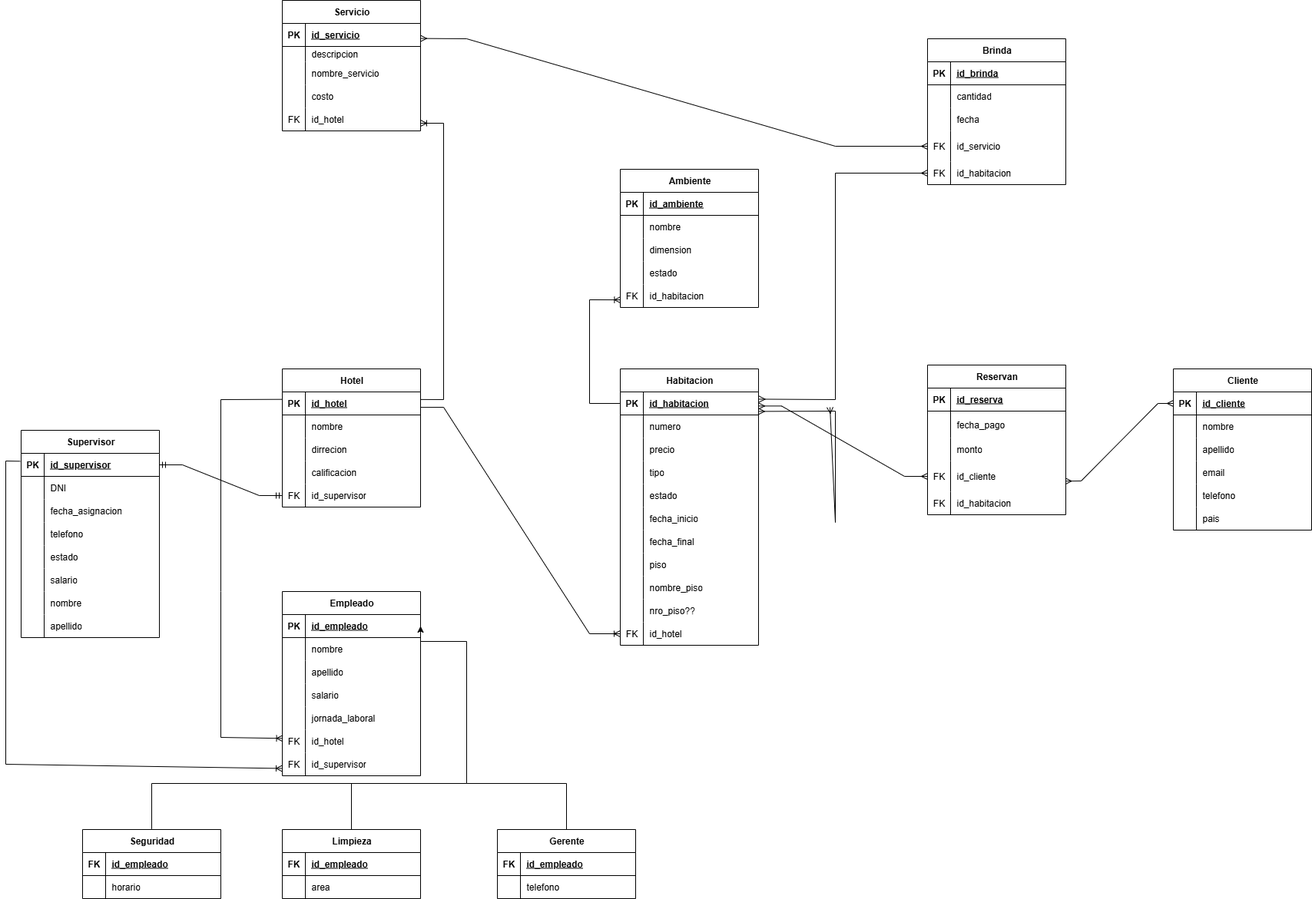
The draw.io diagram DER-Modelo Relacional.png in Crove7/BaseDeDatos, before a commit. Source tidied: cells renumbered, new cells last; positions are measured from the earlier drawing's top-left corner, leaving out a move shared by most shapes.
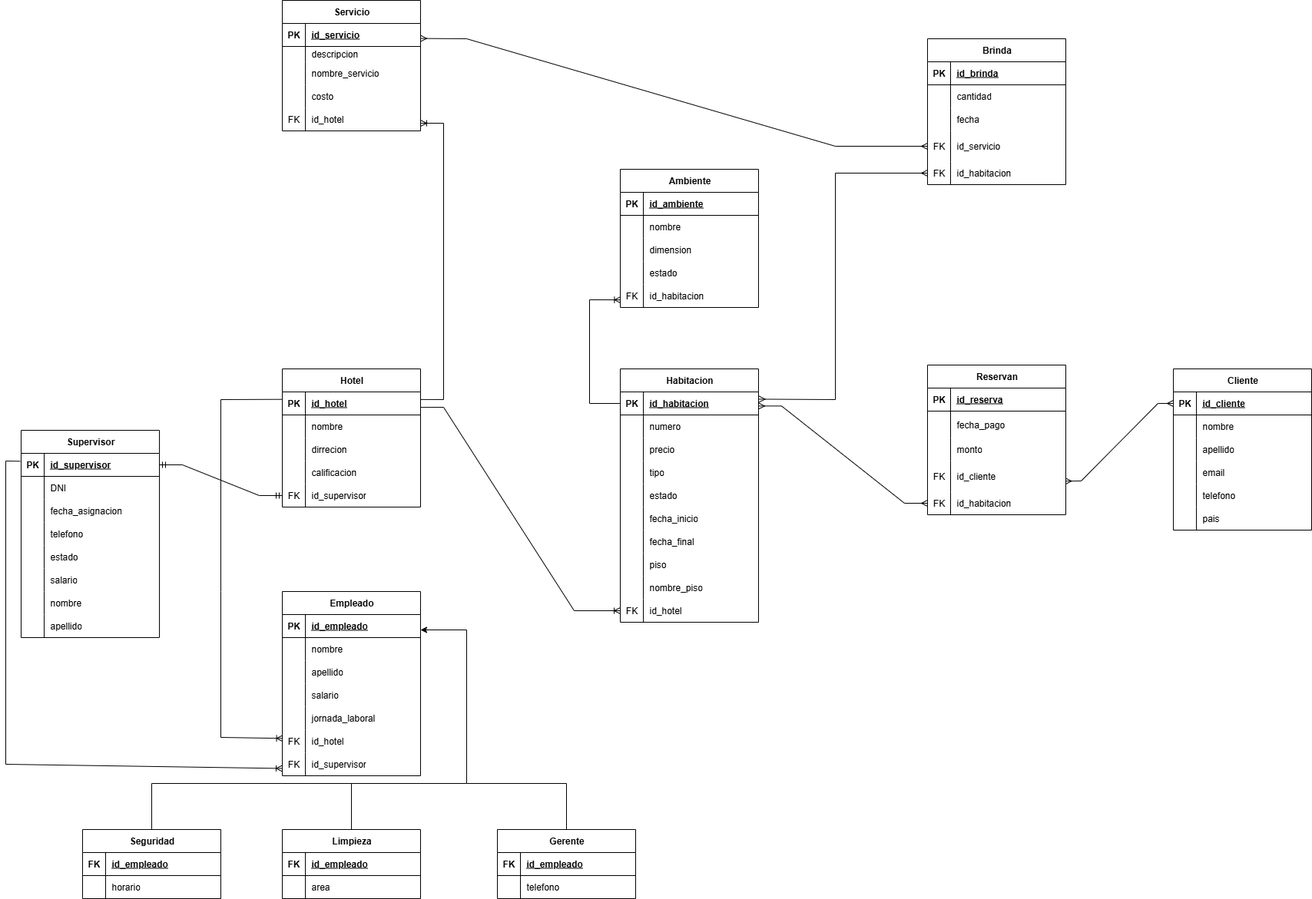
The same diagram one commit later.

Commit message:
correccion de piso y nro_piso

The edit, as a diff of the source:
```diff
@@ -51,7 +51,7 @@
       <mxGeometry x="30" width="150" height="30" as="geometry" />
     </mxCell>
     <mxCell id="18" value="Habitacion" style="shape=table;startSize=30;rowLines=0;fontStyle=1;align=center;html=1;" parent="1" vertex="1">
-      <mxGeometry x="800" y="480" width="180" height="360" as="geometry" />
+      <mxGeometry x="800" y="480" width="180" height="330" as="geometry" />
     </mxCell>
     <mxCell id="19" style="shape=tableRow;horizontal=0;startSize=0;swimlaneHead=0;swimlaneBody=0;fillColor=none;points=[[0,0.5],[1,0.5]];portConstraint=eastwest;top=0;left=0;right=0;bottom=1;" parent="18" vertex="1">
       <mxGeometry y="30" width="180" height="30" as="geometry" />
@@ -134,17 +134,8 @@
     <mxCell id="45" value="nombre_piso" style="shape=partialRectangle;fillColor=none;top=0;left=0;bottom=0;right=0;align=left;spacingLeft=6;overflow=hidden;whiteSpace=wrap;html=1;" parent="43" vertex="1">
       <mxGeometry x="30" width="150" height="30" as="geometry" />
     </mxCell>
-    <mxCell id="46" style="shape=tableRow;horizontal=0;startSize=0;swimlaneHead=0;swimlaneBody=0;fillColor=none;top=0;left=0;right=0;bottom=0;" parent="18" vertex="1">
-      <mxGeometry y="300" width="180" height="30" as="geometry" />
-    </mxCell>
-    <mxCell id="47" style="shape=partialRectangle;fillColor=none;top=0;left=0;bottom=0;right=0;overflow=hidden;whiteSpace=wrap;html=1;" parent="46" vertex="1">
-      <mxGeometry width="30" height="30" as="geometry" />
-    </mxCell>
-    <mxCell id="48" value="nro_piso??" style="shape=partialRectangle;fillColor=none;top=0;left=0;bottom=0;right=0;align=left;spacingLeft=6;overflow=hidden;whiteSpace=wrap;html=1;" parent="46" vertex="1">
-      <mxGeometry x="30" width="150" height="30" as="geometry" />
-    </mxCell>
     <mxCell id="49" style="shape=tableRow;horizontal=0;startSize=0;swimlaneHead=0;swimlaneBody=0;fillColor=none;points=[[0,0.5],[1,0.5]];portConstraint=eastwest;top=0;left=0;right=0;bottom=0;" parent="18" vertex="1">
-      <mxGeometry y="330" width="180" height="30" as="geometry" />
+      <mxGeometry y="300" width="180" height="30" as="geometry" />
     </mxCell>
     <mxCell id="50" value="FK" style="shape=partialRectangle;fillColor=none;top=0;left=0;bottom=0;right=0;overflow=hidden;whiteSpace=wrap;html=1;" parent="49" vertex="1">
       <mxGeometry width="30" height="30" as="geometry" />
@@ -373,7 +364,7 @@
       <mxGeometry relative="1" as="geometry">
         <Array as="points">
           <mxPoint x="570" y="530" />
-          <mxPoint x="760" y="825" />
+          <mxPoint x="740" y="795" />
         </Array>
       </mxGeometry>
     </mxCell>
@@ -530,15 +521,6 @@
     <mxCell id="173" value="id_hotel" style="shape=partialRectangle;fillColor=none;top=0;left=0;bottom=0;right=0;align=left;spacingLeft=6;overflow=hidden;whiteSpace=wrap;html=1;" parent="171" vertex="1">
       <mxGeometry x="30" width="150" height="30" as="geometry" />
     </mxCell>
-    <mxCell id="174" style="fontSize=12;html=1;endArrow=ERmany;startArrow=ERmany;rounded=0;entryX=0;entryY=0.5;entryDx=0;entryDy=0;exitX=0.999;exitY=0.847;exitDx=0;exitDy=0;exitPerimeter=0;" parent="1" edge="1" source="19">
-      <mxGeometry relative="1" as="geometry">
-        <mxPoint x="1073" y="530" as="targetPoint" />
-        <Array as="points">
-          <mxPoint x="1080" y="535" />
-          <mxPoint x="1080" y="680" />
-        </Array>
-      </mxGeometry>
-    </mxCell>
     <mxCell id="175" style="edgeStyle=entityRelationEdgeStyle;fontSize=12;html=1;endArrow=ERmandOne;startArrow=ERmandOne;rounded=0;entryX=0;entryY=0.5;entryDx=0;entryDy=0;exitX=1;exitY=0.5;exitDx=0;exitDy=0;" parent="1" edge="1" source="53" target="15">
       <mxGeometry relative="1" as="geometry" />
     </mxCell>
@@ -551,13 +533,13 @@
         </Array>
       </mxGeometry>
     </mxCell>
-    <mxCell id="177" style="edgeStyle=orthogonalEdgeStyle;rounded=0;jettySize=auto;html=1;entryX=1;entryY=0.5;entryDx=0;entryDy=0;" parent="1" edge="1" target="78">
+    <mxCell id="177" style="edgeStyle=orthogonalEdgeStyle;rounded=0;jettySize=auto;html=1;endArrow=classic;endFill=1;" parent="1" edge="1" target="78">
       <mxGeometry relative="1" as="geometry">
         <mxPoint x="190" y="1079.4" as="sourcePoint" />
         <Array as="points">
           <mxPoint x="190" y="1020" />
           <mxPoint x="600" y="1020" />
-          <mxPoint x="600" y="835" />
+          <mxPoint x="600" y="820" />
         </Array>
       </mxGeometry>
     </mxCell>
@@ -699,7 +681,7 @@
         </Array>
       </mxGeometry>
     </mxCell>
-    <mxCell id="215" style="edgeStyle=entityRelationEdgeStyle;fontSize=12;html=1;endArrow=ERmany;startArrow=ERmany;rounded=0;entryX=0;entryY=0.5;entryDx=0;entryDy=0;exitX=1.009;exitY=0.724;exitDx=0;exitDy=0;exitPerimeter=0;strokeColor=default;" parent="1" edge="1" target="133">
+    <mxCell id="215" style="edgeStyle=entityRelationEdgeStyle;fontSize=12;html=1;endArrow=ERmany;startArrow=ERmany;rounded=0;entryX=0;entryY=0.5;entryDx=0;entryDy=0;exitX=1.009;exitY=0.724;exitDx=0;exitDy=0;exitPerimeter=0;strokeColor=default;" parent="1" edge="1" target="136">
       <mxGeometry relative="1" as="geometry">
         <mxPoint x="980" y="528.4" as="sourcePoint" />
         <Array as="points">
```
